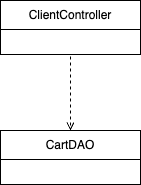
The draw.io diagram document/SDS/4. Update product’s quantity in cart/Class_Diagram/UpdateProduct’sQuantityInCartClassDiagram.drawio.png in QuocZuong/perfume-store, before a commit. Source tidied: cells renumbered, new cells last; positions are measured from the earlier drawing's top-left corner, leaving out a move shared by most shapes.
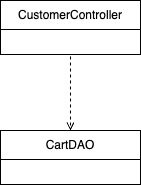
Above is the later version.

Change to the diagram source:
```diff
@@ -10,7 +10,7 @@
         </Array>
       </mxGeometry>
     </mxCell>
-    <mxCell id="3" value="&lt;span style=&quot;font-weight: normal;&quot;&gt;ClientController&lt;/span&gt;" style="swimlane;fontStyle=1;align=center;verticalAlign=middle;horizontal=1;startSize=29;html=1;whiteSpace=wrap;" parent="1" vertex="1">
+    <mxCell id="3" value="&lt;span style=&quot;font-weight: normal;&quot;&gt;CustomerController&lt;/span&gt;" style="swimlane;fontStyle=1;align=center;verticalAlign=middle;horizontal=1;startSize=29;html=1;whiteSpace=wrap;" parent="1" vertex="1">
       <mxGeometry width="140" height="54" as="geometry" />
     </mxCell>
     <mxCell id="4" value="&lt;span style=&quot;font-weight: 400;&quot;&gt;CartDAO&lt;/span&gt;" style="swimlane;fontStyle=1;align=center;verticalAlign=middle;horizontal=1;startSize=29;html=1;whiteSpace=wrap;" parent="1" vertex="1">
```
